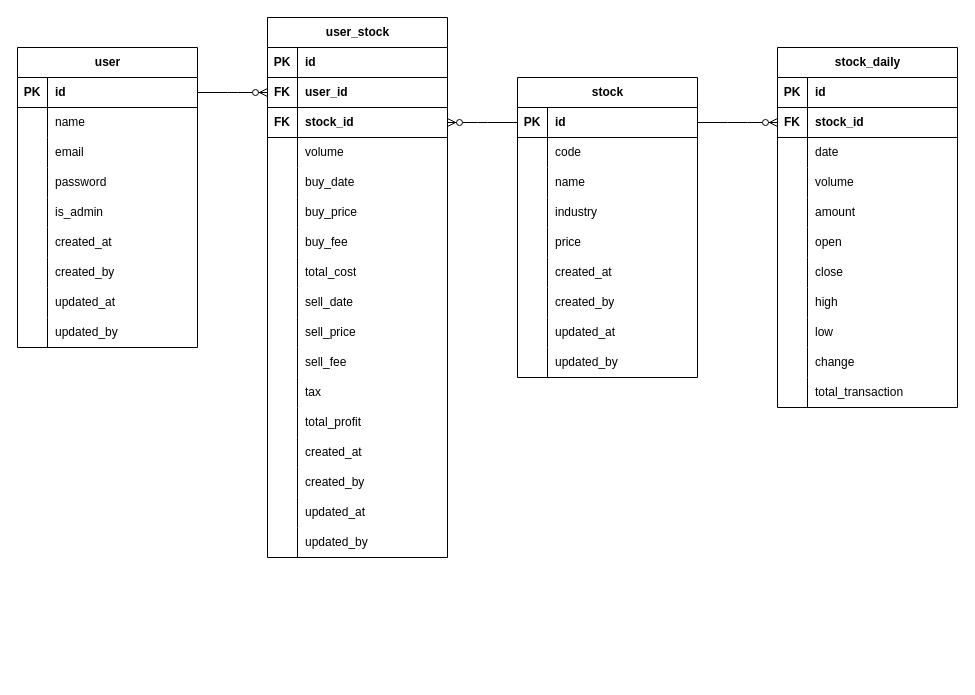
Before: stock-manage.drawio in tony0935929660/Stock-Manage, a draw.io diagram. Source tidied: cells renumbered, new cells numbered last; positions are measured from the earlier drawing's top-left corner, leaving out a move shared by most shapes. Both pictures are drawn from the tidied source at 100%, with x=0, y=0 at pixel (17, 17).
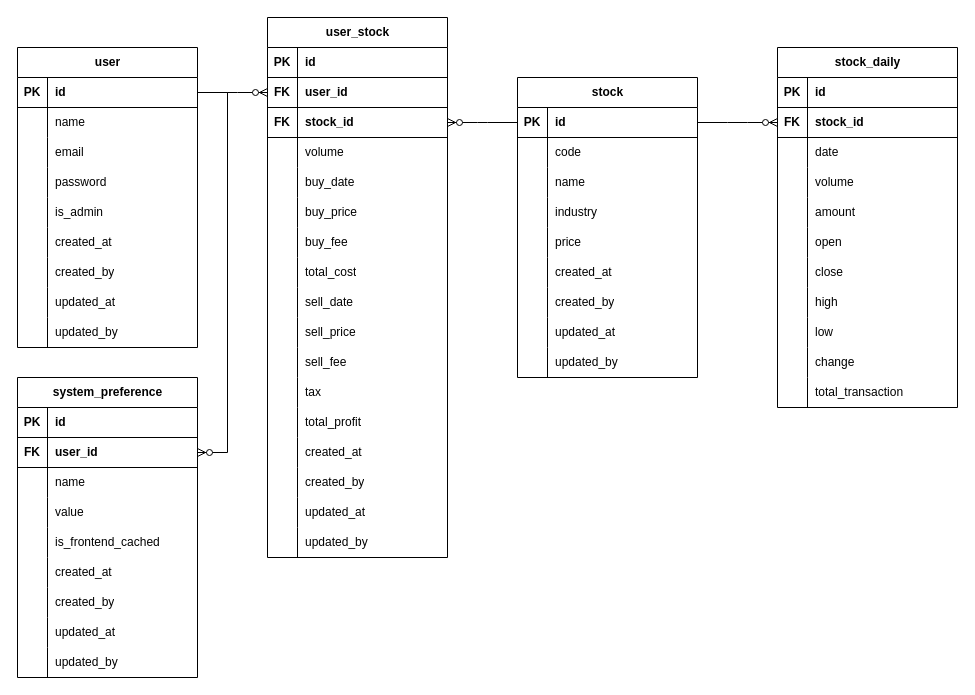
After the change.

Commit message:
add system_preference

Unchanged cells that the change refers to:
```xml
<mxCell id="3" style="shape=tableRow;horizontal=0;startSize=0;swimlaneHead=0;swimlaneBody=0;fillColor=none;points=[[0,0.5],[1,0.5]];portConstraint=eastwest;top=0;left=0;right=0;bottom=1;" parent="2" vertex="1">
  <mxGeometry y="30" width="180" height="30" as="geometry" />
</mxCell>
```

The edit, as a diff of the source:
```diff
@@
+    <mxCell id="147" value="system_preference" style="shape=table;startSize=30;childLayout=tableLayout;rowLines=0;fontStyle=1;align=center;html=1;" parent="1" vertex="1">
+      <mxGeometry y="360" width="180" height="300" as="geometry" />
+    </mxCell>
+    <mxCell id="148" style="shape=tableRow;horizontal=0;startSize=0;swimlaneHead=0;swimlaneBody=0;fillColor=none;top=0;left=0;right=0;bottom=1;" parent="147" vertex="1">
+      <mxGeometry y="30" width="180" height="30" as="geometry" />
+    </mxCell>
+    <mxCell id="149" value="PK" style="shape=partialRectangle;fillColor=none;top=0;left=0;bottom=0;right=0;fontStyle=1;overflow=hidden;whiteSpace=wrap;html=1;" parent="148" vertex="1">
+      <mxGeometry width="30" height="30" as="geometry" />
+    </mxCell>
+    <mxCell id="150" value="id" style="shape=partialRectangle;fillColor=none;top=0;left=0;bottom=0;right=0;align=left;spacingLeft=6;fontStyle=1;overflow=hidden;whiteSpace=wrap;html=1;" parent="148" vertex="1">
+      <mxGeometry x="30" width="150" height="30" as="geometry" />
+    </mxCell>
+    <mxCell id="151" style="shape=tableRow;horizontal=0;startSize=0;swimlaneHead=0;swimlaneBody=0;fillColor=none;points=[[0,0.5],[1,0.5]];portConstraint=eastwest;top=0;left=0;right=0;bottom=1;" parent="147" vertex="1">
+      <mxGeometry y="60" width="180" height="30" as="geometry" />
+    </mxCell>
+    <mxCell id="152" value="&lt;b&gt;FK&lt;/b&gt;" style="shape=partialRectangle;fillColor=none;top=0;left=0;bottom=0;right=0;overflow=hidden;whiteSpace=wrap;html=1;" parent="151" vertex="1">
+      <mxGeometry width="30" height="30" as="geometry" />
+    </mxCell>
+    <mxCell id="153" value="&lt;b&gt;user_id&lt;/b&gt;" style="shape=partialRectangle;fillColor=none;top=0;left=0;bottom=0;right=0;align=left;spacingLeft=6;overflow=hidden;whiteSpace=wrap;html=1;" parent="151" vertex="1">
+      <mxGeometry x="30" width="150" height="30" as="geometry" />
+    </mxCell>
+    <mxCell id="154" style="shape=tableRow;horizontal=0;startSize=0;swimlaneHead=0;swimlaneBody=0;fillColor=none;top=0;left=0;right=0;bottom=0;" parent="147" vertex="1">
+      <mxGeometry y="90" width="180" height="30" as="geometry" />
+    </mxCell>
+    <mxCell id="155" style="shape=partialRectangle;fillColor=none;top=0;left=0;bottom=0;right=0;overflow=hidden;whiteSpace=wrap;html=1;" parent="154" vertex="1">
+      <mxGeometry width="30" height="30" as="geometry" />
+    </mxCell>
+    <mxCell id="156" value="name" style="shape=partialRectangle;fillColor=none;top=0;left=0;bottom=0;right=0;align=left;spacingLeft=6;overflow=hidden;whiteSpace=wrap;html=1;" parent="154" vertex="1">
+      <mxGeometry x="30" width="150" height="30" as="geometry" />
+    </mxCell>
+    <mxCell id="157" style="shape=tableRow;horizontal=0;startSize=0;swimlaneHead=0;swimlaneBody=0;fillColor=none;top=0;left=0;right=0;bottom=0;" parent="147" vertex="1">
+      <mxGeometry y="120" width="180" height="30" as="geometry" />
+    </mxCell>
+    <mxCell id="158" style="shape=partialRectangle;fillColor=none;top=0;left=0;bottom=0;right=0;overflow=hidden;whiteSpace=wrap;html=1;" parent="157" vertex="1">
+      <mxGeometry width="30" height="30" as="geometry" />
+    </mxCell>
+    <mxCell id="159" value="value" style="shape=partialRectangle;fillColor=none;top=0;left=0;bottom=0;right=0;align=left;spacingLeft=6;overflow=hidden;whiteSpace=wrap;html=1;" parent="157" vertex="1">
+      <mxGeometry x="30" width="150" height="30" as="geometry" />
+    </mxCell>
+    <mxCell id="160" style="shape=tableRow;horizontal=0;startSize=0;swimlaneHead=0;swimlaneBody=0;fillColor=none;top=0;left=0;right=0;bottom=0;" parent="147" vertex="1">
+      <mxGeometry y="150" width="180" height="30" as="geometry" />
+    </mxCell>
+    <mxCell id="161" style="shape=partialRectangle;fillColor=none;top=0;left=0;bottom=0;right=0;overflow=hidden;whiteSpace=wrap;html=1;" parent="160" vertex="1">
+      <mxGeometry width="30" height="30" as="geometry" />
+    </mxCell>
+    <mxCell id="162" value="is_frontend_cached" style="shape=partialRectangle;fillColor=none;top=0;left=0;bottom=0;right=0;align=left;spacingLeft=6;overflow=hidden;whiteSpace=wrap;html=1;" parent="160" vertex="1">
+      <mxGeometry x="30" width="150" height="30" as="geometry" />
+    </mxCell>
+    <mxCell id="163" style="shape=tableRow;horizontal=0;startSize=0;swimlaneHead=0;swimlaneBody=0;fillColor=none;top=0;left=0;right=0;bottom=0;" parent="147" vertex="1">
+      <mxGeometry y="180" width="180" height="30" as="geometry" />
+    </mxCell>
+    <mxCell id="164" style="shape=partialRectangle;fillColor=none;top=0;left=0;bottom=0;right=0;overflow=hidden;whiteSpace=wrap;html=1;" parent="163" vertex="1">
+      <mxGeometry width="30" height="30" as="geometry" />
+    </mxCell>
+    <mxCell id="165" value="created_at" style="shape=partialRectangle;fillColor=none;top=0;left=0;bottom=0;right=0;align=left;spacingLeft=6;overflow=hidden;whiteSpace=wrap;html=1;" parent="163" vertex="1">
+      <mxGeometry x="30" width="150" height="30" as="geometry" />
+    </mxCell>
+    <mxCell id="166" style="shape=tableRow;horizontal=0;startSize=0;swimlaneHead=0;swimlaneBody=0;fillColor=none;top=0;left=0;right=0;bottom=0;" parent="147" vertex="1">
+      <mxGeometry y="210" width="180" height="30" as="geometry" />
+    </mxCell>
+    <mxCell id="167" style="shape=partialRectangle;fillColor=none;top=0;left=0;bottom=0;right=0;overflow=hidden;whiteSpace=wrap;html=1;" parent="166" vertex="1">
+      <mxGeometry width="30" height="30" as="geometry" />
+    </mxCell>
+    <mxCell id="168" value="created_by" style="shape=partialRectangle;fillColor=none;top=0;left=0;bottom=0;right=0;align=left;spacingLeft=6;overflow=hidden;whiteSpace=wrap;html=1;" parent="166" vertex="1">
+      <mxGeometry x="30" width="150" height="30" as="geometry" />
+    </mxCell>
+    <mxCell id="169" style="shape=tableRow;horizontal=0;startSize=0;swimlaneHead=0;swimlaneBody=0;fillColor=none;top=0;left=0;right=0;bottom=0;" parent="147" vertex="1">
+      <mxGeometry y="240" width="180" height="30" as="geometry" />
+    </mxCell>
+    <mxCell id="170" style="shape=partialRectangle;fillColor=none;top=0;left=0;bottom=0;right=0;overflow=hidden;whiteSpace=wrap;html=1;" parent="169" vertex="1">
+      <mxGeometry width="30" height="30" as="geometry" />
+    </mxCell>
+    <mxCell id="171" value="updated_at" style="shape=partialRectangle;fillColor=none;top=0;left=0;bottom=0;right=0;align=left;spacingLeft=6;overflow=hidden;whiteSpace=wrap;html=1;" parent="169" vertex="1">
+      <mxGeometry x="30" width="150" height="30" as="geometry" />
+    </mxCell>
+    <mxCell id="172" style="shape=tableRow;horizontal=0;startSize=0;swimlaneHead=0;swimlaneBody=0;fillColor=none;top=0;left=0;right=0;bottom=0;" parent="147" vertex="1">
+      <mxGeometry y="270" width="180" height="30" as="geometry" />
+    </mxCell>
+    <mxCell id="173" style="shape=partialRectangle;fillColor=none;top=0;left=0;bottom=0;right=0;overflow=hidden;whiteSpace=wrap;html=1;" parent="172" vertex="1">
+      <mxGeometry width="30" height="30" as="geometry" />
+    </mxCell>
+    <mxCell id="174" value="updated_by" style="shape=partialRectangle;fillColor=none;top=0;left=0;bottom=0;right=0;align=left;spacingLeft=6;overflow=hidden;whiteSpace=wrap;html=1;" parent="172" vertex="1">
+      <mxGeometry x="30" width="150" height="30" as="geometry" />
+    </mxCell>
+    <mxCell id="175" style="edgeStyle=entityRelationEdgeStyle;fontSize=12;html=1;endArrow=ERzeroToMany;endFill=1;rounded=0;exitX=1;exitY=0.5;exitDx=0;exitDy=0;entryX=1;entryY=0.5;entryDx=0;entryDy=0;" parent="1" edge="1" source="3" target="151">
+      <mxGeometry relative="1" as="geometry" />
+    </mxCell>
```
